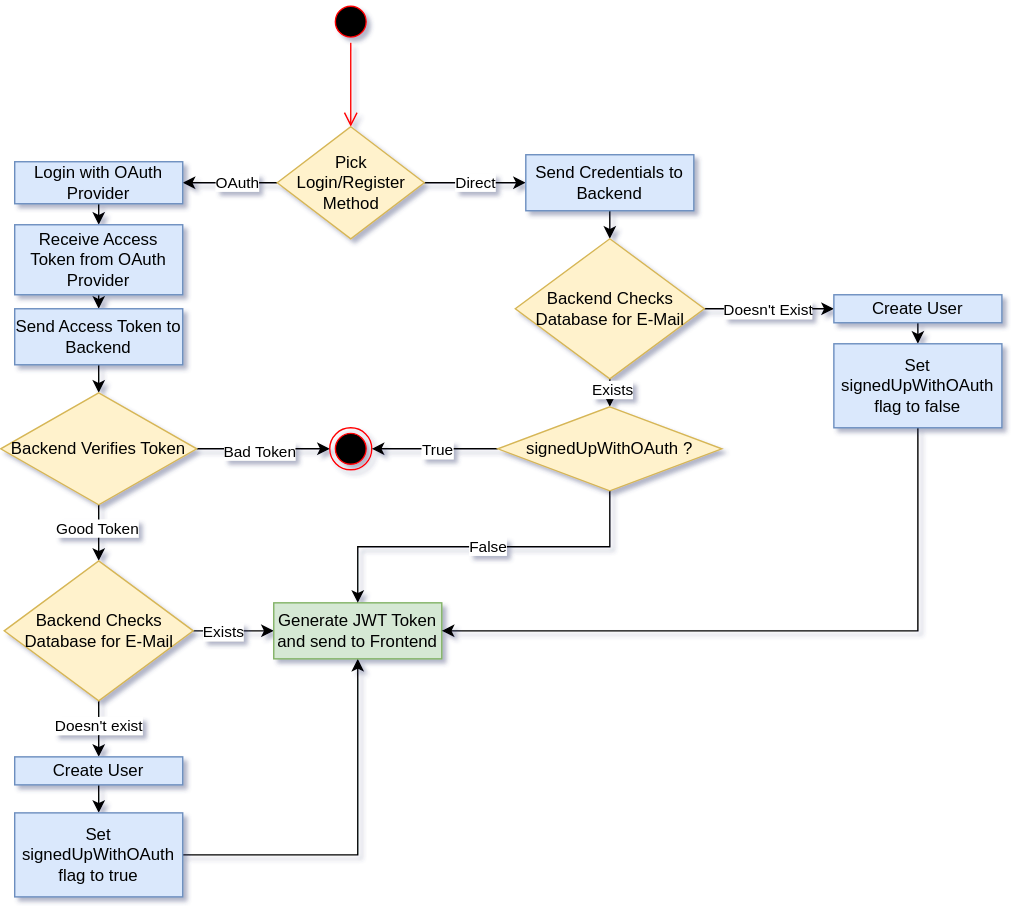
Above: docs/Authentication Activity.drawio.svg in oukhali99/JWT-OAuth2-Spring-Boot-React (draw.io), before the change. Source tidied: cells renumbered, new cells last; positions are measured from the earlier drawing's top-left corner, leaving out a move shared by most shapes.
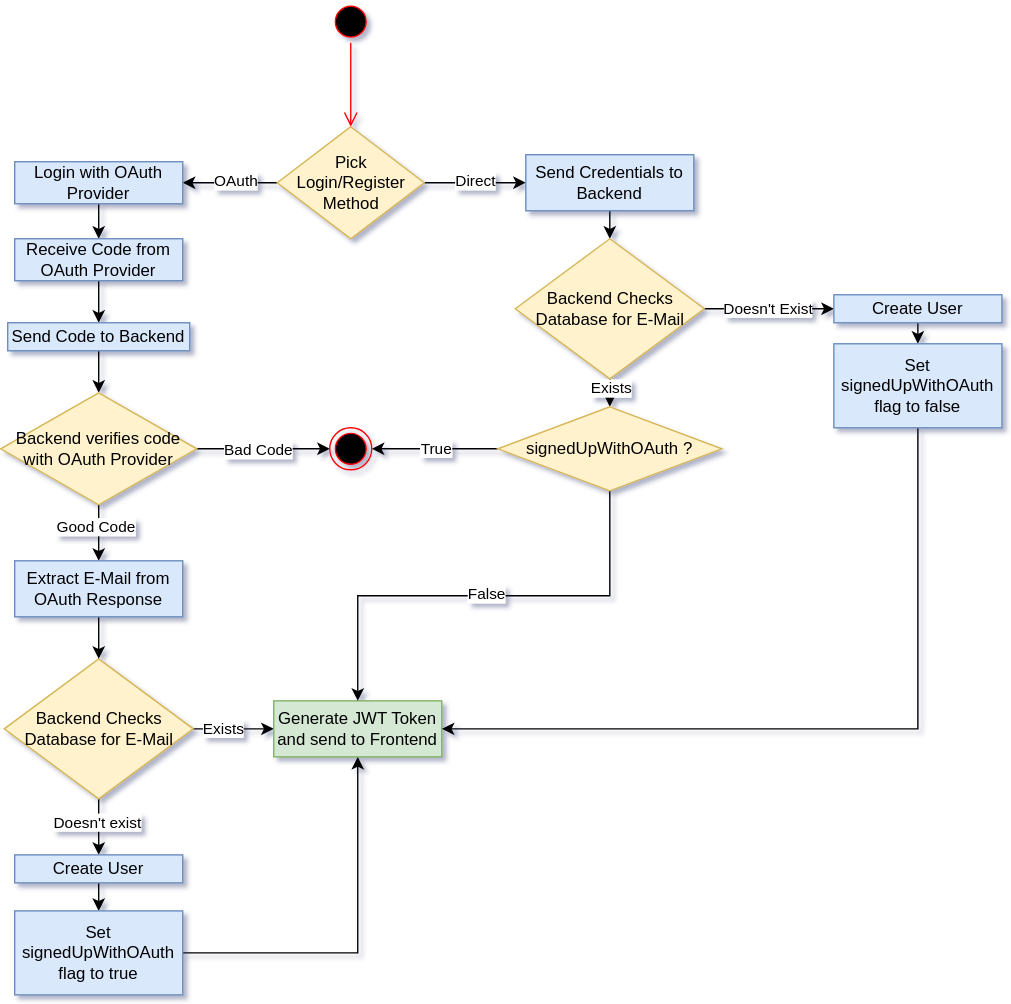
Above is the later version.

What changed in the source:
```diff
@@ -32,28 +32,28 @@
     <mxCell id="11" style="edgeStyle=orthogonalEdgeStyle;rounded=0;jettySize=auto;html=1;exitX=0.5;exitY=1;exitDx=0;exitDy=0;entryX=0.5;entryY=0;entryDx=0;entryDy=0;" parent="1" edge="1" source="12" target="14">
       <mxGeometry relative="1" as="geometry" />
     </mxCell>
-    <mxCell id="12" value="Receive Access Token from OAuth Provider" style="html=1;whiteSpace=wrap;fillColor=#dae8fc;strokeColor=#6c8ebf;" parent="1" vertex="1">
-      <mxGeometry x="10" y="160" width="120" height="50" as="geometry" />
+    <mxCell id="12" value="Receive Code from OAuth Provider" style="html=1;whiteSpace=wrap;fillColor=#dae8fc;strokeColor=#6c8ebf;" parent="1" vertex="1">
+      <mxGeometry x="10" y="170" width="120" height="30" as="geometry" />
     </mxCell>
     <mxCell id="13" style="edgeStyle=orthogonalEdgeStyle;rounded=0;jettySize=auto;html=1;exitX=0.5;exitY=1;exitDx=0;exitDy=0;entryX=0.5;entryY=0;entryDx=0;entryDy=0;" parent="1" edge="1" source="14" target="19">
       <mxGeometry relative="1" as="geometry" />
     </mxCell>
-    <mxCell id="14" value="Send Access Token to Backend" style="rounded=0;whiteSpace=wrap;html=1;fillColor=#dae8fc;strokeColor=#6c8ebf;" parent="1" vertex="1">
-      <mxGeometry x="10" y="220" width="120" height="40" as="geometry" />
+    <mxCell id="14" value="Send Code to Backend" style="rounded=0;whiteSpace=wrap;html=1;fillColor=#dae8fc;strokeColor=#6c8ebf;" parent="1" vertex="1">
+      <mxGeometry x="5" y="230" width="130" height="20" as="geometry" />
     </mxCell>
-    <mxCell id="15" style="edgeStyle=orthogonalEdgeStyle;rounded=0;jettySize=auto;html=1;exitX=0.5;exitY=1;exitDx=0;exitDy=0;entryX=0.5;entryY=0;entryDx=0;entryDy=0;" parent="1" edge="1" source="19" target="24">
+    <mxCell id="15" style="edgeStyle=orthogonalEdgeStyle;rounded=0;jettySize=auto;html=1;exitX=0.5;exitY=1;exitDx=0;exitDy=0;entryX=0.5;entryY=0;entryDx=0;entryDy=0;" parent="1" edge="1" source="19" target="48">
       <mxGeometry relative="1" as="geometry" />
     </mxCell>
-    <mxCell id="16" value="Good Token" style="edgeLabel;html=1;align=center;verticalAlign=middle;" parent="15" vertex="1">
+    <mxCell id="16" value="Good Code" style="edgeLabel;html=1;align=center;verticalAlign=middle;" parent="15" vertex="1">
       <mxGeometry x="-0.22" y="-2" relative="1" as="geometry" />
     </mxCell>
     <mxCell id="17" style="edgeStyle=orthogonalEdgeStyle;rounded=0;jettySize=auto;html=1;exitX=1;exitY=0.5;exitDx=0;exitDy=0;" parent="1" edge="1" source="19" target="29">
       <mxGeometry relative="1" as="geometry" />
     </mxCell>
-    <mxCell id="18" value="Bad Token" style="edgeLabel;html=1;align=center;verticalAlign=middle;" parent="17" vertex="1">
+    <mxCell id="18" value="Bad Code" style="edgeLabel;html=1;align=center;verticalAlign=middle;" parent="17" vertex="1">
       <mxGeometry x="-0.08" y="-1" relative="1" as="geometry" />
     </mxCell>
-    <mxCell id="19" value="Backend Verifies Token" style="rhombus;whiteSpace=wrap;html=1;fillColor=#fff2cc;strokeColor=#d6b656;" parent="1" vertex="1">
+    <mxCell id="19" value="Backend verifies code with OAuth Provider" style="rhombus;whiteSpace=wrap;html=1;fillColor=#fff2cc;strokeColor=#d6b656;" parent="1" vertex="1">
       <mxGeometry y="280" width="140" height="80" as="geometry" />
     </mxCell>
     <mxCell id="20" style="edgeStyle=orthogonalEdgeStyle;rounded=0;jettySize=auto;html=1;exitX=0.5;exitY=1;exitDx=0;exitDy=0;entryX=0.5;entryY=0;entryDx=0;entryDy=0;" parent="1" edge="1" source="24" target="26">
@@ -69,25 +69,25 @@
       <mxGeometry x="-0.28" relative="1" as="geometry" />
     </mxCell>
     <mxCell id="24" value="Backend Checks Database for E-Mail" style="rhombus;whiteSpace=wrap;html=1;fillColor=#fff2cc;strokeColor=#d6b656;" parent="1" vertex="1">
-      <mxGeometry x="2.5" y="400" width="135" height="100" as="geometry" />
+      <mxGeometry x="2.5" y="470" width="135" height="100" as="geometry" />
     </mxCell>
     <mxCell id="25" style="edgeStyle=orthogonalEdgeStyle;rounded=0;jettySize=auto;html=1;exitX=0.5;exitY=1;exitDx=0;exitDy=0;entryX=0.5;entryY=0;entryDx=0;entryDy=0;" parent="1" edge="1" source="26" target="28">
       <mxGeometry relative="1" as="geometry" />
     </mxCell>
     <mxCell id="26" value="Create User" style="rounded=0;whiteSpace=wrap;html=1;fillColor=#dae8fc;strokeColor=#6c8ebf;" parent="1" vertex="1">
-      <mxGeometry x="10" y="540" width="120" height="20" as="geometry" />
+      <mxGeometry x="10" y="610" width="120" height="20" as="geometry" />
     </mxCell>
     <mxCell id="27" style="edgeStyle=orthogonalEdgeStyle;rounded=0;jettySize=auto;html=1;exitX=1;exitY=0.5;exitDx=0;exitDy=0;entryX=0.5;entryY=1;entryDx=0;entryDy=0;" parent="1" edge="1" source="28" target="30">
       <mxGeometry relative="1" as="geometry" />
     </mxCell>
     <mxCell id="28" value="Set signedUpWithOAuth flag to true" style="rounded=0;whiteSpace=wrap;html=1;fillColor=#dae8fc;strokeColor=#6c8ebf;" parent="1" vertex="1">
-      <mxGeometry x="10" y="580" width="120" height="60" as="geometry" />
+      <mxGeometry x="10" y="650" width="120" height="60" as="geometry" />
     </mxCell>
     <mxCell id="29" style="ellipse;html=1;shape=endState;fillColor=#000000;strokeColor=#ff0000;" parent="1" vertex="1">
       <mxGeometry x="235" y="305" width="30" height="30" as="geometry" />
     </mxCell>
     <mxCell id="30" value="Generate JWT Token and send to Frontend" style="rounded=0;whiteSpace=wrap;html=1;fillColor=#d5e8d4;strokeColor=#82b366;" parent="1" vertex="1">
-      <mxGeometry x="195" y="430" width="120" height="40" as="geometry" />
+      <mxGeometry x="195" y="500" width="120" height="40" as="geometry" />
     </mxCell>
     <mxCell id="31" style="edgeStyle=orthogonalEdgeStyle;rounded=0;jettySize=auto;html=1;exitX=0.5;exitY=1;exitDx=0;exitDy=0;entryX=0.5;entryY=0;entryDx=0;entryDy=0;" parent="1" edge="1" source="32" target="37">
       <mxGeometry relative="1" as="geometry" />
@@ -137,5 +137,11 @@
     <mxCell id="46" value="signedUpWithOAuth ?" style="rhombus;whiteSpace=wrap;html=1;fillColor=#fff2cc;strokeColor=#d6b656;" parent="1" vertex="1">
       <mxGeometry x="355" y="290" width="160" height="60" as="geometry" />
     </mxCell>
+    <mxCell id="47" style="edgeStyle=orthogonalEdgeStyle;rounded=0;jettySize=auto;html=1;exitX=0.5;exitY=1;exitDx=0;exitDy=0;entryX=0.5;entryY=0;entryDx=0;entryDy=0;" parent="1" edge="1" source="48" target="24">
+      <mxGeometry relative="1" as="geometry" />
+    </mxCell>
+    <mxCell id="48" value="Extract E-Mail from OAuth Response" style="rounded=0;whiteSpace=wrap;html=1;fillColor=#dae8fc;strokeColor=#6c8ebf;" parent="1" vertex="1">
+      <mxGeometry x="10" y="400" width="120" height="40" as="geometry" />
+    </mxCell>
   </root>
 </mxGraphModel>
```
